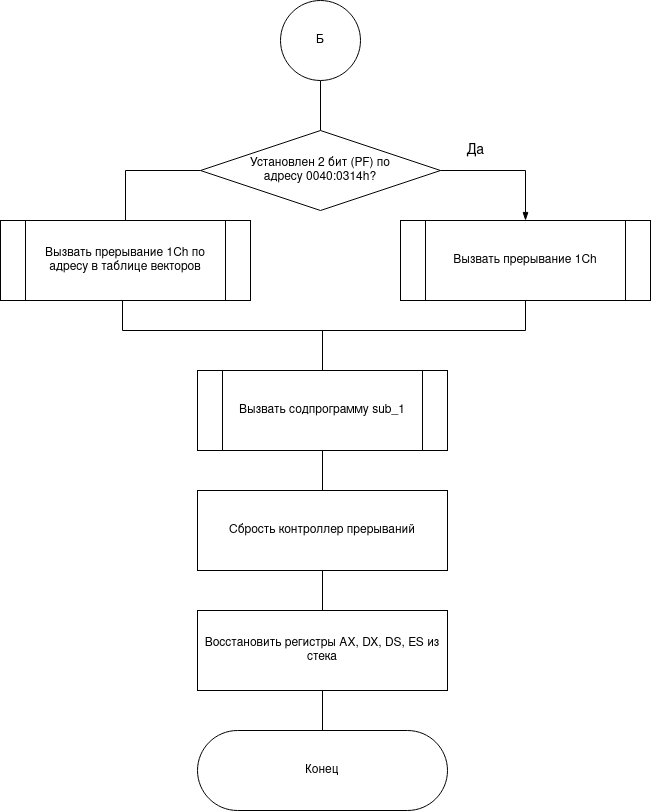
Earlier version of the draw.io export lab_01/docs/src/images/scheme-int8h_3.drawio.png (denzhkko/bmstu_iu7_os). Source tidied: cells renumbered, new cells last; positions are measured from the earlier drawing's top-left corner, leaving out a move shared by most shapes. The source it was exported from:
```xml
<mxGraphModel>
  <root>
    <mxCell id="0" />
    <mxCell id="1" parent="0" />
    <mxCell id="2" style="edgeStyle=orthogonalEdgeStyle;rounded=0;jettySize=auto;html=1;exitX=1;exitY=0.5;exitDx=0;exitDy=0;endArrow=blockThin;endFill=1;" parent="1" edge="1" source="5" target="6">
      <mxGeometry relative="1" as="geometry" />
    </mxCell>
    <mxCell id="3" style="edgeStyle=orthogonalEdgeStyle;rounded=0;jettySize=auto;html=1;exitX=0;exitY=0.5;exitDx=0;exitDy=0;endArrow=none;endFill=0;" parent="1" edge="1" source="5">
      <mxGeometry relative="1" as="geometry">
        <mxPoint x="125" y="240" as="targetPoint" />
        <Array as="points">
          <mxPoint x="125" y="170" />
        </Array>
      </mxGeometry>
    </mxCell>
    <mxCell id="4" style="edgeStyle=orthogonalEdgeStyle;rounded=0;jettySize=auto;html=1;exitX=0.5;exitY=0;exitDx=0;exitDy=0;endArrow=none;endFill=0;" parent="1" edge="1" source="5" target="17">
      <mxGeometry relative="1" as="geometry" />
    </mxCell>
    <mxCell id="5" value="&lt;div&gt;Установлен 2 бит (PF) по &lt;br&gt;&lt;/div&gt;&lt;div&gt;адресу 0040:0314h?&lt;/div&gt;" style="rhombus;whiteSpace=wrap;html=1;" parent="1" vertex="1">
      <mxGeometry x="200" y="130" width="240" height="80" as="geometry" />
    </mxCell>
    <mxCell id="6" value="Вызвать прерывание 1Ch" style="shape=process;whiteSpace=wrap;html=1;backgroundOutline=1;" parent="1" vertex="1">
      <mxGeometry x="400" y="220" width="250" height="80" as="geometry" />
    </mxCell>
    <mxCell id="7" value="&lt;font style=&quot;font-size: 14px&quot;&gt;Да&lt;/font&gt;" style="text;html=1;align=center;verticalAlign=middle;" parent="1" vertex="1">
      <mxGeometry x="460" y="140" width="30" height="20" as="geometry" />
    </mxCell>
    <mxCell id="8" style="edgeStyle=orthogonalEdgeStyle;rounded=0;jettySize=auto;html=1;exitX=0.468;exitY=0.988;exitDx=0;exitDy=0;endArrow=none;endFill=0;entryX=0.5;entryY=1;entryDx=0;entryDy=0;exitPerimeter=0;" parent="1" edge="1" source="18" target="6">
      <mxGeometry relative="1" as="geometry">
        <Array as="points">
          <mxPoint x="122" y="299" />
          <mxPoint x="122" y="330" />
          <mxPoint x="525" y="330" />
        </Array>
      </mxGeometry>
    </mxCell>
    <mxCell id="9" style="edgeStyle=orthogonalEdgeStyle;rounded=0;jettySize=auto;html=1;exitX=0.5;exitY=0;exitDx=0;exitDy=0;endArrow=none;endFill=0;" parent="1" edge="1" source="11">
      <mxGeometry relative="1" as="geometry">
        <mxPoint x="322" y="350" as="targetPoint" />
        <Array as="points">
          <mxPoint x="322" y="330" />
          <mxPoint x="322" y="330" />
        </Array>
      </mxGeometry>
    </mxCell>
    <mxCell id="10" style="edgeStyle=orthogonalEdgeStyle;rounded=0;jettySize=auto;html=1;exitX=0.5;exitY=1;exitDx=0;exitDy=0;endArrow=none;endFill=0;" parent="1" edge="1" source="11" target="13">
      <mxGeometry relative="1" as="geometry" />
    </mxCell>
    <mxCell id="11" value="Вызвать содпрограмму sub_1" style="shape=process;whiteSpace=wrap;html=1;backgroundOutline=1;" parent="1" vertex="1">
      <mxGeometry x="197" y="370" width="250" height="80" as="geometry" />
    </mxCell>
    <mxCell id="12" style="edgeStyle=orthogonalEdgeStyle;rounded=0;jettySize=auto;html=1;exitX=0.5;exitY=1;exitDx=0;exitDy=0;endArrow=none;endFill=0;" parent="1" edge="1" source="13" target="15">
      <mxGeometry relative="1" as="geometry" />
    </mxCell>
    <mxCell id="13" value="Сбрость контроллер прерываний" style="rounded=0;whiteSpace=wrap;html=1;" parent="1" vertex="1">
      <mxGeometry x="197" y="490" width="250" height="80" as="geometry" />
    </mxCell>
    <mxCell id="14" style="edgeStyle=orthogonalEdgeStyle;rounded=0;jettySize=auto;html=1;exitX=0.5;exitY=1;exitDx=0;exitDy=0;endArrow=none;endFill=0;" parent="1" edge="1" source="15" target="16">
      <mxGeometry relative="1" as="geometry" />
    </mxCell>
    <mxCell id="15" value="Восстановить регистры  AX, DX, DS, ES из стека" style="rounded=0;whiteSpace=wrap;html=1;" parent="1" vertex="1">
      <mxGeometry x="197" y="610" width="250" height="80" as="geometry" />
    </mxCell>
    <mxCell id="16" value="Конец" style="rounded=1;whiteSpace=wrap;html=1;arcSize=50;" parent="1" vertex="1">
      <mxGeometry x="197" y="730" width="250" height="80" as="geometry" />
    </mxCell>
    <mxCell id="17" value="Б" style="ellipse;whiteSpace=wrap;html=1;" parent="1" vertex="1">
      <mxGeometry x="280" width="80" height="80" as="geometry" />
    </mxCell>
    <mxCell id="18" value="Вызвать прерывание 1Ch по адресу в таблице векторов" style="shape=process;whiteSpace=wrap;html=1;backgroundOutline=1;" parent="1" vertex="1">
      <mxGeometry y="220" width="250" height="80" as="geometry" />
    </mxCell>
  </root>
</mxGraphModel>
```
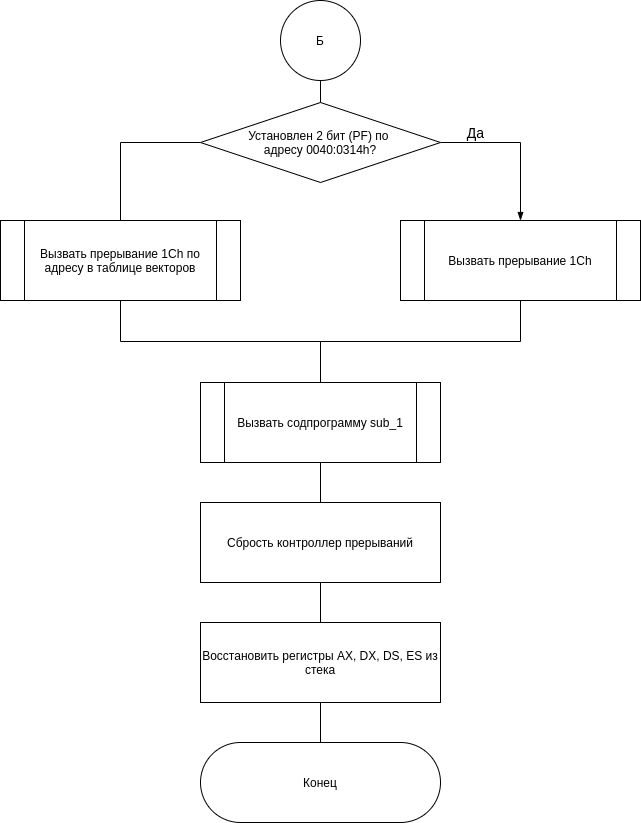
After the commit.

The edit, as a diff of the source:
```diff
@@ -2,14 +2,13 @@
   <root>
     <mxCell id="0" />
     <mxCell id="1" parent="0" />
-    <mxCell id="2" style="edgeStyle=orthogonalEdgeStyle;rounded=0;jettySize=auto;html=1;exitX=1;exitY=0.5;exitDx=0;exitDy=0;endArrow=blockThin;endFill=1;" parent="1" edge="1" source="5" target="6">
+    <mxCell id="2" style="edgeStyle=orthogonalEdgeStyle;rounded=0;jettySize=auto;html=1;exitX=1;exitY=0.5;exitDx=0;exitDy=0;endArrow=blockThin;endFill=1;entryX=0.5;entryY=0;entryDx=0;entryDy=0;" parent="1" edge="1" source="5" target="6">
       <mxGeometry relative="1" as="geometry" />
     </mxCell>
-    <mxCell id="3" style="edgeStyle=orthogonalEdgeStyle;rounded=0;jettySize=auto;html=1;exitX=0;exitY=0.5;exitDx=0;exitDy=0;endArrow=none;endFill=0;" parent="1" edge="1" source="5">
+    <mxCell id="3" style="edgeStyle=orthogonalEdgeStyle;rounded=0;jettySize=auto;html=1;exitX=0;exitY=0.5;exitDx=0;exitDy=0;endArrow=none;endFill=0;entryX=0.5;entryY=0;entryDx=0;entryDy=0;" parent="1" edge="1" source="5" target="18">
       <mxGeometry relative="1" as="geometry">
-        <mxPoint x="125" y="240" as="targetPoint" />
         <Array as="points">
-          <mxPoint x="125" y="170" />
+          <mxPoint x="80" y="560" />
         </Array>
       </mxGeometry>
     </mxCell>
@@ -17,58 +16,48 @@
       <mxGeometry relative="1" as="geometry" />
     </mxCell>
     <mxCell id="5" value="&lt;div&gt;Установлен 2 бит (PF) по &lt;br&gt;&lt;/div&gt;&lt;div&gt;адресу 0040:0314h?&lt;/div&gt;" style="rhombus;whiteSpace=wrap;html=1;" parent="1" vertex="1">
-      <mxGeometry x="200" y="130" width="240" height="80" as="geometry" />
+      <mxGeometry x="160" y="520" width="240" height="80" as="geometry" />
     </mxCell>
+    <mxCell id="19" style="edgeStyle=orthogonalEdgeStyle;rounded=0;jettySize=auto;html=1;exitX=0.5;exitY=1;exitDx=0;exitDy=0;endArrow=none;endFill=0;" parent="1" edge="1" source="6">
+      <mxGeometry relative="1" as="geometry">
+        <mxPoint x="280" y="800" as="targetPoint" />
+      </mxGeometry>
+    </mxCell>
     <mxCell id="6" value="Вызвать прерывание 1Ch" style="shape=process;whiteSpace=wrap;html=1;backgroundOutline=1;" parent="1" vertex="1">
-      <mxGeometry x="400" y="220" width="250" height="80" as="geometry" />
+      <mxGeometry x="360" y="638" width="240" height="80" as="geometry" />
     </mxCell>
     <mxCell id="7" value="&lt;font style=&quot;font-size: 14px&quot;&gt;Да&lt;/font&gt;" style="text;html=1;align=center;verticalAlign=middle;" parent="1" vertex="1">
-      <mxGeometry x="460" y="140" width="30" height="20" as="geometry" />
+      <mxGeometry x="420" y="540" width="30" height="20" as="geometry" />
     </mxCell>
-    <mxCell id="8" style="edgeStyle=orthogonalEdgeStyle;rounded=0;jettySize=auto;html=1;exitX=0.468;exitY=0.988;exitDx=0;exitDy=0;endArrow=none;endFill=0;entryX=0.5;entryY=1;entryDx=0;entryDy=0;exitPerimeter=0;" parent="1" edge="1" source="18" target="6">
-      <mxGeometry relative="1" as="geometry">
-        <Array as="points">
-          <mxPoint x="122" y="299" />
-          <mxPoint x="122" y="330" />
-          <mxPoint x="525" y="330" />
-        </Array>
-      </mxGeometry>
-    </mxCell>
-    <mxCell id="9" style="edgeStyle=orthogonalEdgeStyle;rounded=0;jettySize=auto;html=1;exitX=0.5;exitY=0;exitDx=0;exitDy=0;endArrow=none;endFill=0;" parent="1" edge="1" source="11">
-      <mxGeometry relative="1" as="geometry">
-        <mxPoint x="322" y="350" as="targetPoint" />
-        <Array as="points">
-          <mxPoint x="322" y="330" />
-          <mxPoint x="322" y="330" />
-        </Array>
-      </mxGeometry>
-    </mxCell>
     <mxCell id="10" style="edgeStyle=orthogonalEdgeStyle;rounded=0;jettySize=auto;html=1;exitX=0.5;exitY=1;exitDx=0;exitDy=0;endArrow=none;endFill=0;" parent="1" edge="1" source="11" target="13">
       <mxGeometry relative="1" as="geometry" />
     </mxCell>
     <mxCell id="11" value="Вызвать содпрограмму sub_1" style="shape=process;whiteSpace=wrap;html=1;backgroundOutline=1;" parent="1" vertex="1">
-      <mxGeometry x="197" y="370" width="250" height="80" as="geometry" />
+      <mxGeometry x="160" y="800" width="240" height="80" as="geometry" />
     </mxCell>
     <mxCell id="12" style="edgeStyle=orthogonalEdgeStyle;rounded=0;jettySize=auto;html=1;exitX=0.5;exitY=1;exitDx=0;exitDy=0;endArrow=none;endFill=0;" parent="1" edge="1" source="13" target="15">
       <mxGeometry relative="1" as="geometry" />
     </mxCell>
     <mxCell id="13" value="Сбрость контроллер прерываний" style="rounded=0;whiteSpace=wrap;html=1;" parent="1" vertex="1">
-      <mxGeometry x="197" y="490" width="250" height="80" as="geometry" />
+      <mxGeometry x="160" y="920" width="240" height="80" as="geometry" />
     </mxCell>
     <mxCell id="14" style="edgeStyle=orthogonalEdgeStyle;rounded=0;jettySize=auto;html=1;exitX=0.5;exitY=1;exitDx=0;exitDy=0;endArrow=none;endFill=0;" parent="1" edge="1" source="15" target="16">
       <mxGeometry relative="1" as="geometry" />
     </mxCell>
     <mxCell id="15" value="Восстановить регистры  AX, DX, DS, ES из стека" style="rounded=0;whiteSpace=wrap;html=1;" parent="1" vertex="1">
-      <mxGeometry x="197" y="610" width="250" height="80" as="geometry" />
+      <mxGeometry x="160" y="1040" width="240" height="80" as="geometry" />
     </mxCell>
     <mxCell id="16" value="Конец" style="rounded=1;whiteSpace=wrap;html=1;arcSize=50;" parent="1" vertex="1">
-      <mxGeometry x="197" y="730" width="250" height="80" as="geometry" />
+      <mxGeometry x="160" y="1160" width="240" height="80" as="geometry" />
     </mxCell>
     <mxCell id="17" value="Б" style="ellipse;whiteSpace=wrap;html=1;" parent="1" vertex="1">
-      <mxGeometry x="280" width="80" height="80" as="geometry" />
+      <mxGeometry x="240" y="418" width="80" height="80" as="geometry" />
     </mxCell>
+    <mxCell id="20" style="edgeStyle=orthogonalEdgeStyle;rounded=0;jettySize=auto;html=1;exitX=0.5;exitY=1;exitDx=0;exitDy=0;entryX=0.5;entryY=0;entryDx=0;entryDy=0;endArrow=none;endFill=0;" parent="1" edge="1" source="18" target="11">
+      <mxGeometry relative="1" as="geometry" />
+    </mxCell>
     <mxCell id="18" value="Вызвать прерывание 1Ch по адресу в таблице векторов" style="shape=process;whiteSpace=wrap;html=1;backgroundOutline=1;" parent="1" vertex="1">
-      <mxGeometry y="220" width="250" height="80" as="geometry" />
+      <mxGeometry x="-40" y="638" width="240" height="80" as="geometry" />
     </mxCell>
   </root>
 </mxGraphModel>
```
